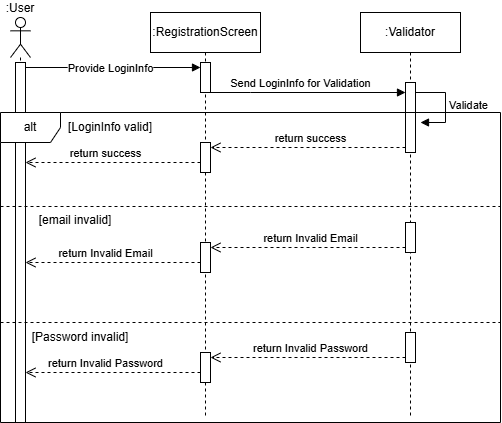
Before: Documentation/Diagrams/Sequence/Case7-seq.png, a diagram exported from draw.io (Abdull-Abraheem/CS350FinalProject). Source tidied: cells renumbered, new cells last; positions are measured from the earlier drawing's top-left corner, leaving out a move shared by most shapes. Its diagram source:
```xml
<mxGraphModel>
  <root>
    <mxCell id="0" />
    <mxCell id="1" parent="0" />
    <mxCell id="2" value=":User" style="shape=umlLifeline;perimeter=lifelinePerimeter;whiteSpace=wrap;html=1;newEdgeStyle={&quot;edgeStyle&quot;:&quot;sequenceEdgeStyle&quot;,&quot;libavoidRouting&quot;:0,&quot;curved&quot;:0,&quot;rounded&quot;:0};participant=umlActor;size=40;labelPosition=center;verticalLabelPosition=top;align=center;verticalAlign=bottom;labelPerimeter=1;" parent="1" vertex="1">
      <mxGeometry x="10" y="5" width="20" height="405" as="geometry" />
    </mxCell>
    <mxCell id="3" style="html=1;points=[[0,0,0,0,5],[0,1,0,0,-5],[1,0,0,0,5],[1,1,0,0,-5]];perimeter=orthogonalPerimeter;outlineConnect=0;targetShapes=umlLifeline;portConstraint=eastwest;newEdgeStyle={&quot;edgeStyle&quot;:&quot;sequenceEdgeStyle&quot;,&quot;libavoidRouting&quot;:0,&quot;curved&quot;:0,&quot;rounded&quot;:0};" parent="2" vertex="1">
      <mxGeometry x="5" y="45" width="10" height="360" as="geometry" />
    </mxCell>
    <mxCell id="4" value=":RegistrationScreen" style="shape=umlLifeline;perimeter=lifelinePerimeter;whiteSpace=wrap;html=1;newEdgeStyle={&quot;edgeStyle&quot;:&quot;sequenceEdgeStyle&quot;,&quot;libavoidRouting&quot;:0,&quot;curved&quot;:0,&quot;rounded&quot;:0};" parent="1" vertex="1">
      <mxGeometry x="150" width="110" height="405" as="geometry" />
    </mxCell>
    <mxCell id="5" style="html=1;points=[[0,0,0,0,5],[0,1,0,0,-5],[1,0,0,0,5],[1,1,0,0,-5]];perimeter=orthogonalPerimeter;outlineConnect=0;targetShapes=umlLifeline;portConstraint=eastwest;newEdgeStyle={&quot;edgeStyle&quot;:&quot;sequenceEdgeStyle&quot;,&quot;libavoidRouting&quot;:0,&quot;curved&quot;:0,&quot;rounded&quot;:0};" parent="4" vertex="1">
      <mxGeometry x="50" y="50" width="10" height="30" as="geometry" />
    </mxCell>
    <mxCell id="6" value=":Validator" style="shape=umlLifeline;perimeter=lifelinePerimeter;whiteSpace=wrap;html=1;newEdgeStyle={&quot;edgeStyle&quot;:&quot;sequenceEdgeStyle&quot;,&quot;libavoidRouting&quot;:0,&quot;curved&quot;:0,&quot;rounded&quot;:0};" parent="1" vertex="1">
      <mxGeometry x="360" width="100" height="405" as="geometry" />
    </mxCell>
    <mxCell id="7" style="html=1;points=[[0,0,0,0,5],[0,1,0,0,-5],[1,0,0,0,5],[1,1,0,0,-5]];perimeter=orthogonalPerimeter;outlineConnect=0;targetShapes=umlLifeline;portConstraint=eastwest;newEdgeStyle={&quot;edgeStyle&quot;:&quot;sequenceEdgeStyle&quot;,&quot;libavoidRouting&quot;:0,&quot;curved&quot;:0,&quot;rounded&quot;:0};" parent="6" vertex="1">
      <mxGeometry x="45" y="70" width="10" height="70" as="geometry" />
    </mxCell>
    <mxCell id="8" style="html=1;points=[[0,0,0,0,5],[0,1,0,0,-5],[1,0,0,0,5],[1,1,0,0,-5]];perimeter=orthogonalPerimeter;outlineConnect=0;targetShapes=umlLifeline;portConstraint=eastwest;newEdgeStyle={&quot;edgeStyle&quot;:&quot;sequenceEdgeStyle&quot;,&quot;libavoidRouting&quot;:0,&quot;curved&quot;:0,&quot;rounded&quot;:0};" parent="6" vertex="1">
      <mxGeometry x="45" y="210" width="10" height="30" as="geometry" />
    </mxCell>
    <mxCell id="9" style="html=1;points=[[0,0,0,0,5],[0,1,0,0,-5],[1,0,0,0,5],[1,1,0,0,-5]];perimeter=orthogonalPerimeter;outlineConnect=0;targetShapes=umlLifeline;portConstraint=eastwest;newEdgeStyle={&quot;edgeStyle&quot;:&quot;sequenceEdgeStyle&quot;,&quot;libavoidRouting&quot;:0,&quot;curved&quot;:0,&quot;rounded&quot;:0};" parent="6" vertex="1">
      <mxGeometry x="-160" y="230" width="10" height="30" as="geometry" />
    </mxCell>
    <mxCell id="10" value="return Invalid Email" style="html=1;verticalAlign=bottom;endArrow=open;dashed=1;endSize=8;edgeStyle=sequenceEdgeStyle;libavoidRouting=0;curved=0;rounded=0;defaultLabelBackgroundColor=page;exitX=0;exitY=1;exitDx=0;exitDy=-5;exitPerimeter=0;entryX=1;entryY=0;entryDx=0;entryDy=5;entryPerimeter=0;" parent="6" edge="1" source="8" target="9">
      <mxGeometry x="-0.03" relative="1" as="geometry">
        <Array as="points">
          <mxPoint x="-52.5" y="235" />
        </Array>
      </mxGeometry>
    </mxCell>
    <mxCell id="11" value="return Invalid Email" style="html=1;verticalAlign=bottom;endArrow=open;dashed=1;endSize=8;edgeStyle=sequenceEdgeStyle;libavoidRouting=0;curved=0;rounded=0;defaultLabelBackgroundColor=page;exitX=0;exitY=1;exitDx=0;exitDy=-5;exitPerimeter=0;" parent="6" edge="1">
      <mxGeometry x="0.09" relative="1" as="geometry">
        <mxPoint x="-160" y="250" as="sourcePoint" />
        <mxPoint x="-335" y="250" as="targetPoint" />
        <Array as="points">
          <mxPoint x="-247.5" y="250" />
        </Array>
      </mxGeometry>
    </mxCell>
    <mxCell id="12" value="Provide LoginInfo" style="html=1;verticalAlign=bottom;endArrow=block;edgeStyle=sequenceEdgeStyle;libavoidRouting=0;curved=0;rounded=0;defaultLabelBackgroundColor=page;exitX=1;exitY=0;exitDx=0;exitDy=5;exitPerimeter=0;" parent="1" edge="1" source="3" target="5">
      <mxGeometry x="-0.03" y="-10" relative="1" as="geometry">
        <Array as="points">
          <mxPoint x="102.5" y="55" />
        </Array>
      </mxGeometry>
    </mxCell>
    <mxCell id="13" value="Send LoginInfo for Validation" style="html=1;verticalAlign=bottom;endArrow=block;edgeStyle=sequenceEdgeStyle;libavoidRouting=0;curved=0;rounded=0;defaultLabelBackgroundColor=page;" parent="1" edge="1" target="7">
      <mxGeometry x="-0.08" relative="1" as="geometry">
        <mxPoint x="210" y="80" as="sourcePoint" />
        <Array as="points">
          <mxPoint x="250" y="80" />
        </Array>
      </mxGeometry>
    </mxCell>
    <mxCell id="14" value="Validate" style="html=1;align=left;spacingLeft=2;endArrow=block;edgeStyle=sequenceEdgeStyle;libavoidRouting=0;curved=0;rounded=0;defaultLabelBackgroundColor=page;" parent="1" edge="1">
      <mxGeometry relative="1" as="geometry">
        <mxPoint x="415" y="80" as="sourcePoint" />
        <mxPoint x="420" y="110" as="targetPoint" />
        <Array as="points">
          <mxPoint x="445" y="80" />
          <mxPoint x="445" y="110" />
        </Array>
      </mxGeometry>
    </mxCell>
    <mxCell id="15" value="alt" style="shape=umlFrame;whiteSpace=wrap;html=1;" parent="1" vertex="1">
      <mxGeometry y="100" width="500" height="310" as="geometry" />
    </mxCell>
    <mxCell id="16" value="[LoginInfo valid]" style="text;html=1;whiteSpace=wrap;strokeColor=none;fillColor=none;align=center;verticalAlign=middle;rounded=0;" parent="1" vertex="1">
      <mxGeometry x="60" y="100" width="100" height="30" as="geometry" />
    </mxCell>
    <mxCell id="17" style="line;strokeWidth=1;fillColor=none;align=left;verticalAlign=middle;spacingTop=-1;spacingLeft=3;spacingRight=3;labelPosition=right;strokeColor=inherit;labelPerimeter=1;dashed=1;" parent="1" vertex="1">
      <mxGeometry y="190" width="500" height="8" as="geometry" />
    </mxCell>
    <mxCell id="18" style="line;strokeWidth=1;fillColor=none;align=left;verticalAlign=middle;spacingTop=-1;spacingLeft=3;spacingRight=3;labelPosition=right;strokeColor=inherit;labelPerimeter=1;dashed=1;" parent="1" vertex="1">
      <mxGeometry y="306" width="500" height="8" as="geometry" />
    </mxCell>
    <mxCell id="19" style="html=1;points=[[0,0,0,0,5],[0,1,0,0,-5],[1,0,0,0,5],[1,1,0,0,-5]];perimeter=orthogonalPerimeter;outlineConnect=0;targetShapes=umlLifeline;portConstraint=eastwest;newEdgeStyle={&quot;edgeStyle&quot;:&quot;sequenceEdgeStyle&quot;,&quot;libavoidRouting&quot;:0,&quot;curved&quot;:0,&quot;rounded&quot;:0};" parent="1" vertex="1">
      <mxGeometry x="200" y="130" width="10" height="30" as="geometry" />
    </mxCell>
    <mxCell id="20" value="return success" style="html=1;verticalAlign=bottom;endArrow=open;dashed=1;endSize=8;edgeStyle=sequenceEdgeStyle;libavoidRouting=0;curved=0;rounded=0;defaultLabelBackgroundColor=page;exitX=0;exitY=1;exitDx=0;exitDy=-5;exitPerimeter=0;entryX=1;entryY=0;entryDx=0;entryDy=5;entryPerimeter=0;" parent="1" edge="1" source="7" target="19">
      <mxGeometry x="-0.03" relative="1" as="geometry">
        <Array as="points">
          <mxPoint x="272.5" y="135" />
        </Array>
      </mxGeometry>
    </mxCell>
    <mxCell id="21" value="return success" style="html=1;verticalAlign=bottom;endArrow=open;dashed=1;endSize=8;edgeStyle=sequenceEdgeStyle;libavoidRouting=0;curved=0;rounded=0;defaultLabelBackgroundColor=page;exitX=0;exitY=1;exitDx=0;exitDy=-5;exitPerimeter=0;" parent="1" edge="1" target="3">
      <mxGeometry x="0.09" relative="1" as="geometry">
        <mxPoint x="200" y="150" as="sourcePoint" />
        <Array as="points">
          <mxPoint x="102.5" y="150" />
        </Array>
      </mxGeometry>
    </mxCell>
    <mxCell id="22" value="[email invalid]" style="text;html=1;whiteSpace=wrap;strokeColor=none;fillColor=none;align=center;verticalAlign=middle;rounded=0;" parent="1" vertex="1">
      <mxGeometry x="25" y="192.5" width="100" height="30" as="geometry" />
    </mxCell>
    <mxCell id="23" style="html=1;points=[[0,0,0,0,5],[0,1,0,0,-5],[1,0,0,0,5],[1,1,0,0,-5]];perimeter=orthogonalPerimeter;outlineConnect=0;targetShapes=umlLifeline;portConstraint=eastwest;newEdgeStyle={&quot;edgeStyle&quot;:&quot;sequenceEdgeStyle&quot;,&quot;libavoidRouting&quot;:0,&quot;curved&quot;:0,&quot;rounded&quot;:0};" parent="1" vertex="1">
      <mxGeometry x="405" y="320" width="10" height="30" as="geometry" />
    </mxCell>
    <mxCell id="24" style="html=1;points=[[0,0,0,0,5],[0,1,0,0,-5],[1,0,0,0,5],[1,1,0,0,-5]];perimeter=orthogonalPerimeter;outlineConnect=0;targetShapes=umlLifeline;portConstraint=eastwest;newEdgeStyle={&quot;edgeStyle&quot;:&quot;sequenceEdgeStyle&quot;,&quot;libavoidRouting&quot;:0,&quot;curved&quot;:0,&quot;rounded&quot;:0};" parent="1" vertex="1">
      <mxGeometry x="200" y="340" width="10" height="30" as="geometry" />
    </mxCell>
    <mxCell id="25" value="return Invalid Password" style="html=1;verticalAlign=bottom;endArrow=open;dashed=1;endSize=8;edgeStyle=sequenceEdgeStyle;libavoidRouting=0;curved=0;rounded=0;defaultLabelBackgroundColor=page;exitX=0;exitY=1;exitDx=0;exitDy=-5;exitPerimeter=0;entryX=1;entryY=0;entryDx=0;entryDy=5;entryPerimeter=0;" parent="1" edge="1" source="23" target="24">
      <mxGeometry x="-0.03" relative="1" as="geometry">
        <Array as="points">
          <mxPoint x="307.5" y="345" />
        </Array>
      </mxGeometry>
    </mxCell>
    <mxCell id="26" value="return Invalid Password" style="html=1;verticalAlign=bottom;endArrow=open;dashed=1;endSize=8;edgeStyle=sequenceEdgeStyle;libavoidRouting=0;curved=0;rounded=0;defaultLabelBackgroundColor=page;exitX=0;exitY=1;exitDx=0;exitDy=-5;exitPerimeter=0;" parent="1" edge="1">
      <mxGeometry x="0.09" relative="1" as="geometry">
        <mxPoint x="200" y="360" as="sourcePoint" />
        <mxPoint x="25" y="360" as="targetPoint" />
        <Array as="points">
          <mxPoint x="112.5" y="360" />
        </Array>
      </mxGeometry>
    </mxCell>
    <mxCell id="27" value="[Password invalid]" style="text;html=1;whiteSpace=wrap;strokeColor=none;fillColor=none;align=center;verticalAlign=middle;rounded=0;" parent="1" vertex="1">
      <mxGeometry x="30" y="310" width="100" height="30" as="geometry" />
    </mxCell>
  </root>
</mxGraphModel>
```
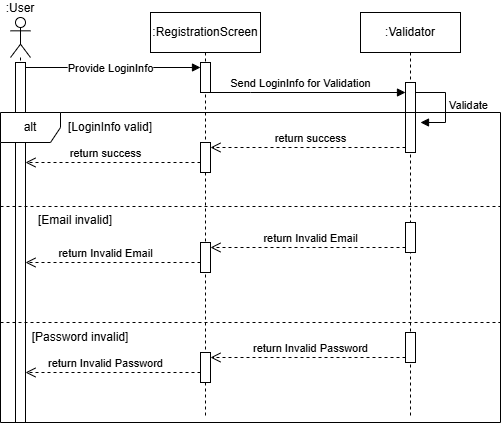
The same diagram one commit later.

Commit message:
Added background to Case 7 diagram

The edit, as a diff of the source:
```diff
@@ -1,4 +1,4 @@
-<mxGraphModel>
+<mxGraphModel background="light-dark(#ffffff, #121212)">
   <root>
     <mxCell id="0" />
     <mxCell id="1" parent="0" />
@@ -97,7 +97,7 @@
         </Array>
       </mxGeometry>
     </mxCell>
-    <mxCell id="22" value="[email invalid]" style="text;html=1;whiteSpace=wrap;strokeColor=none;fillColor=none;align=center;verticalAlign=middle;rounded=0;" parent="1" vertex="1">
+    <mxCell id="22" value="[Email invalid]" style="text;html=1;whiteSpace=wrap;strokeColor=none;fillColor=none;align=center;verticalAlign=middle;rounded=0;" parent="1" vertex="1">
       <mxGeometry x="25" y="192.5" width="100" height="30" as="geometry" />
     </mxCell>
     <mxCell id="23" style="html=1;points=[[0,0,0,0,5],[0,1,0,0,-5],[1,0,0,0,5],[1,1,0,0,-5]];perimeter=orthogonalPerimeter;outlineConnect=0;targetShapes=umlLifeline;portConstraint=eastwest;newEdgeStyle={&quot;edgeStyle&quot;:&quot;sequenceEdgeStyle&quot;,&quot;libavoidRouting&quot;:0,&quot;curved&quot;:0,&quot;rounded&quot;:0};" parent="1" vertex="1">
```
